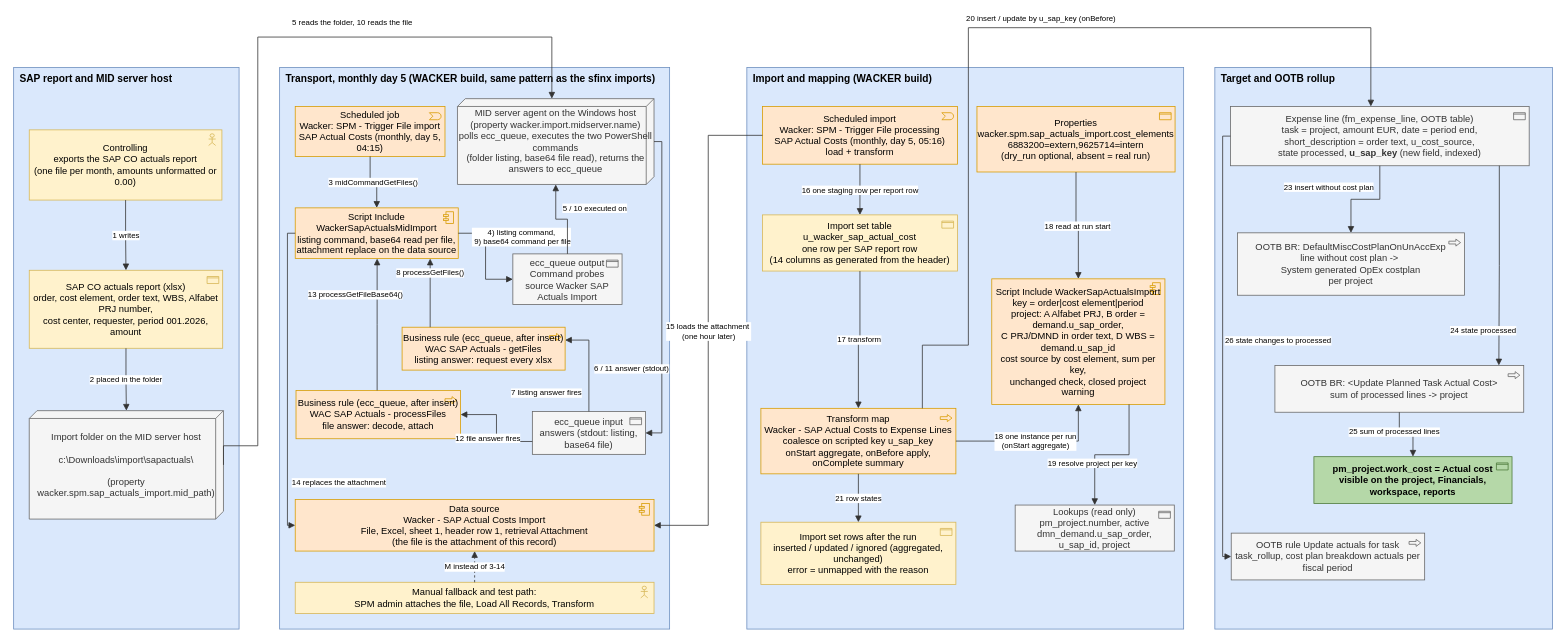
Above: page "MIDimport" (14 of 16) of Wac.drawio in algimas/tmp (draw.io), before the change. Source tidied: cells renumbered, new cells numbered last; positions are measured from the earlier drawing's top-left corner, leaving out a move shared by most shapes. Both pictures are drawn from the tidied source at 78%, with x=0, y=0 at pixel (13, 27).
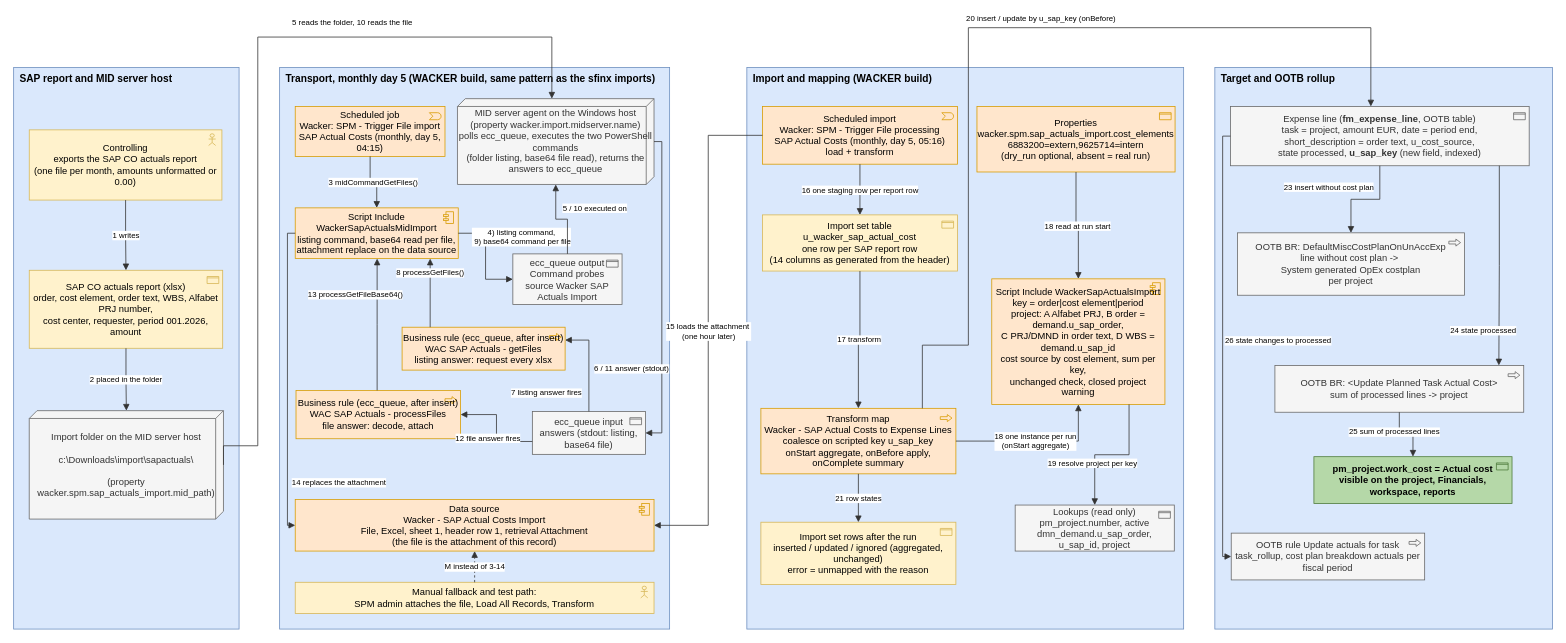
The same page after the edit.

What changed in the source:
```diff
@@
-    <mxCell id="25" value="Expense line (fm_expense_line, OOTB table)&lt;br&gt;task = project, amount EUR, date = period end,&lt;br&gt;short_description = order text, u_cost_source,&lt;br&gt;state processed, &lt;b&gt;u_sap_key&lt;/b&gt; (new field, indexed)" style="shape=mxgraph.archimate3.application;archiType=square;html=1;whiteSpace=wrap;align=center;verticalAlign=middle;appType=passive;fillColor=#f5f5f5;strokeColor=#666666;fontColor=#333333;" parent="1" vertex="1">
+    <mxCell id="25" value="Expense line (&lt;b&gt;fm_expense_line&lt;/b&gt;, OOTB table)&lt;br&gt;task = project, amount EUR, date = period end,&lt;br&gt;short_description = order text, u_cost_source,&lt;br&gt;state processed, &lt;b&gt;u_sap_key&lt;/b&gt; (new field, indexed)" style="shape=mxgraph.archimate3.application;archiType=square;html=1;whiteSpace=wrap;align=center;verticalAlign=middle;appType=passive;fillColor=#f5f5f5;strokeColor=#666666;fontColor=#333333;" parent="1" vertex="1">
       <mxGeometry x="1560" y="101" width="383" height="76" as="geometry" />
     </mxCell>
```
